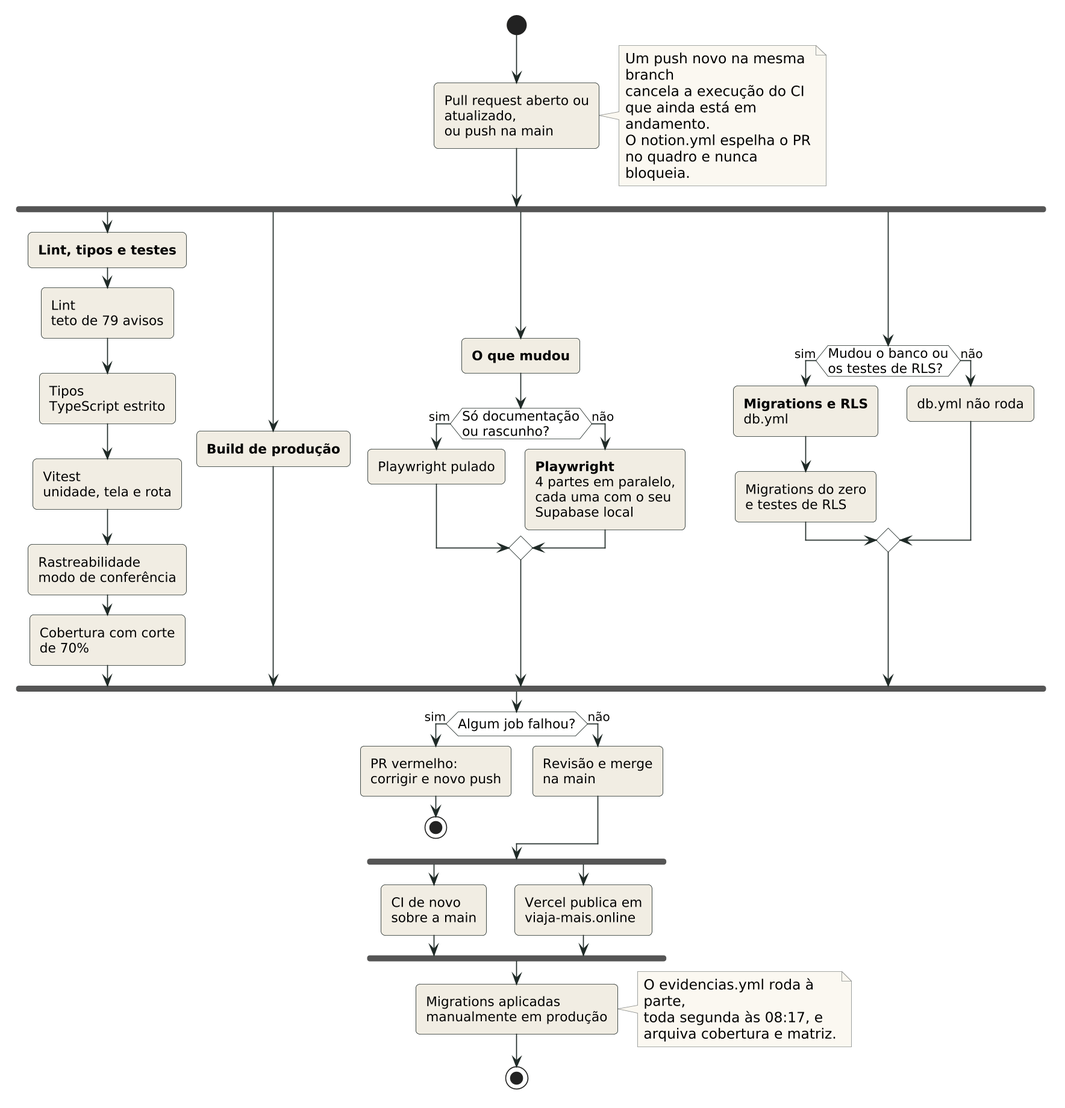
This is docs/pfc/diagramas/24-1-esteira-ci.png from Fernando-Oli/viaja-mais, a PlantUML export, as it was before one commit.
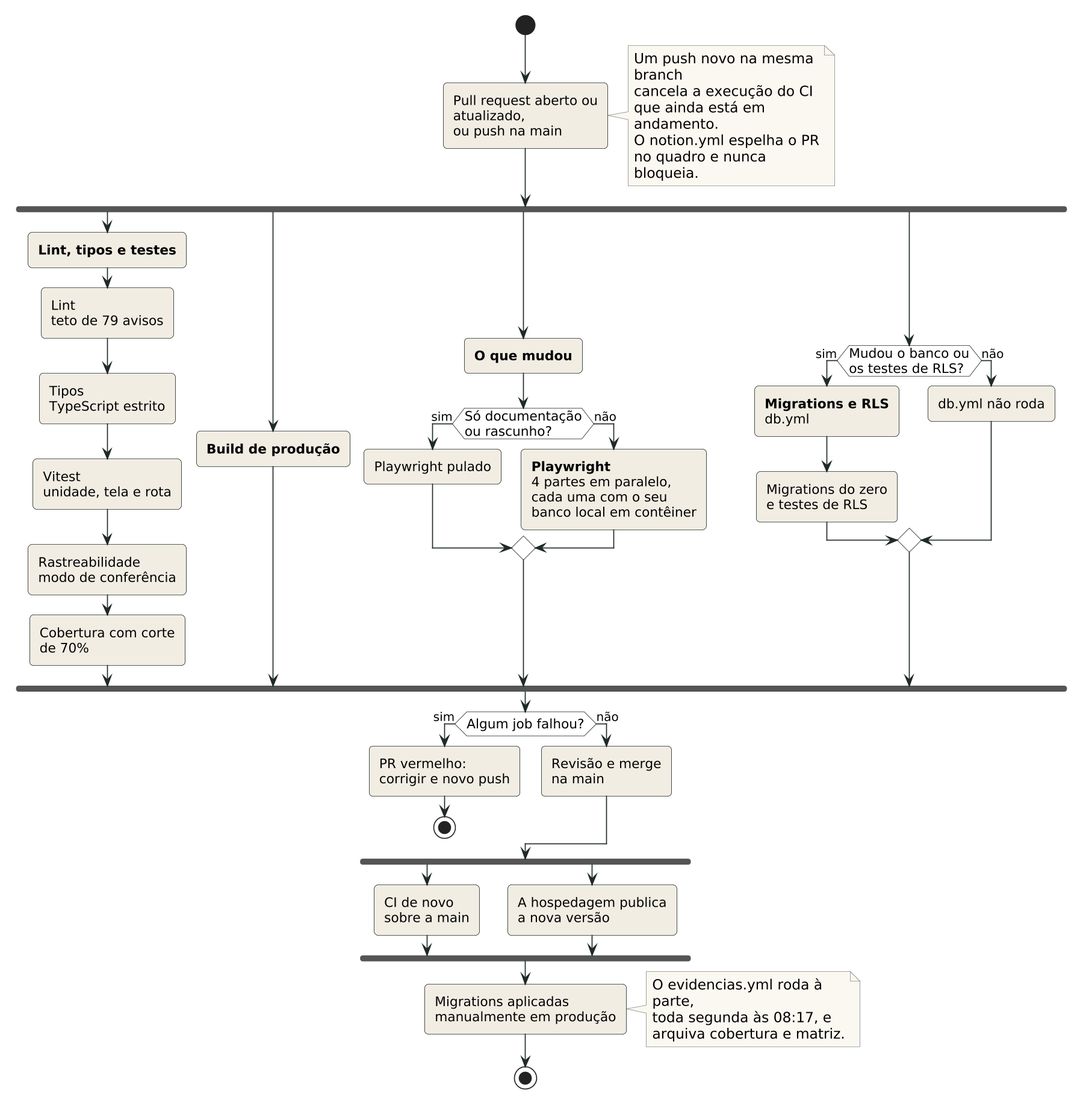
The same file after the commit.

Change to the diagram source:
```diff
@@ -34,7 +34,7 @@
     :**Playwright**
     4 partes em paralelo,
     cada uma com o seu
-    Supabase local;
+    banco local em contêiner;
   endif
 fork again
   if (Mudou o banco ou\nos testes de RLS?) then (sim)
@@ -58,8 +58,8 @@
   :CI de novo
   sobre a main;
 fork again
-  :Vercel publica em
-  viaja-mais.online;
+  :A hospedagem publica
+  a nova versão;
 end fork
 :Migrations aplicadas
 manualmente em produção;
```
